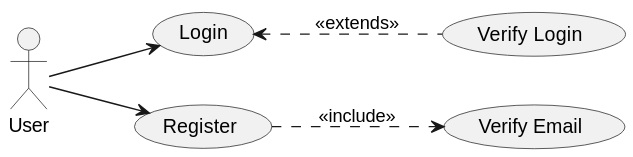
The PlantUML diagram Docs/out/Use-cases/Use cases.svg in blackout1471/trust-us-school, before a commit. Source of this version:
```plantuml
@startuml Use cases
left to right direction

"User" as user

user --> (Login)
user --> (Register)
(Register) ..> (Verify Email): <<include>>
(Login) <.. (Verify Login): <<extends>>

@enduml
```
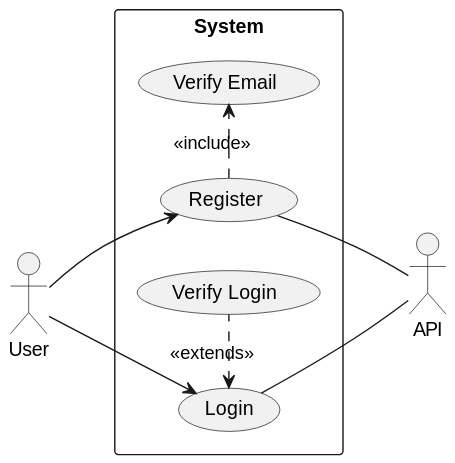
Later version of the same file.

Commit message:
edit use case & added api project

What changed in the source:
```diff
@@ -2,10 +2,24 @@
 left to right direction
 
 "User" as user
+"API" as api
 
-user --> (Login)
-user --> (Register)
-(Register) ..> (Verify Email): <<include>>
-(Login) <.. (Verify Login): <<extends>>
+
+rectangle System {
+    usecase "Login" as u1
+    usecase "Register" as u2
+    usecase "Verify Email" as u3
+    usecase "Verify Login" as u4
+}
+
+user --> u1
+user --> u2
+
+u2 .> u3: <<include>>
+u1 <. u4: <<extends>>
+
+u1 -- api
+u2 -- api
+
 
 @enduml
```
